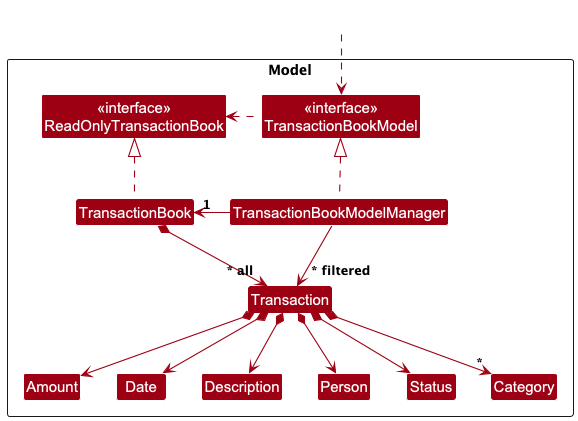
The PlantUML diagram docs/images/TransactionModelClassDiagram.png in nus-cs2103-AY2425S1/tp, before a commit. Its diagram source:
```plantuml
@startuml
!include style.puml
skinparam arrowThickness 1.1
skinparam arrowColor MODEL_COLOR
skinparam classBackgroundColor MODEL_COLOR

Package Model as ModelPackage <<Rectangle>>{
Class "<<interface>>\nReadOnlyTransactionBook" as ReadOnlyTransactionBook
Class "<<interface>>\nTransactionBookModel" as TransactionBookModel
Class TransactionBook
Class TransactionBookModelManager

Class Transaction
Class Amount
Class Date
Class Description
Class Person
Class Status
Class Category

Class I #FFFFFF
}

Class HiddenOutside #FFFFFF
HiddenOutside ..> TransactionBookModel

TransactionBook .up.|> ReadOnlyTransactionBook

TransactionBookModelManager .up.|> TransactionBookModel
TransactionBookModel .left.> ReadOnlyTransactionBook
TransactionBookModelManager -left-> "1" TransactionBook

TransactionBook *--> "~* all" Transaction
Transaction *--> Person
Transaction *--> Amount
Transaction *--> Description
Transaction *--> Date
Transaction *--> Status
Transaction *--> "~*" Category

TransactionBookModelManager --> "~* filtered" Transaction
@enduml
```
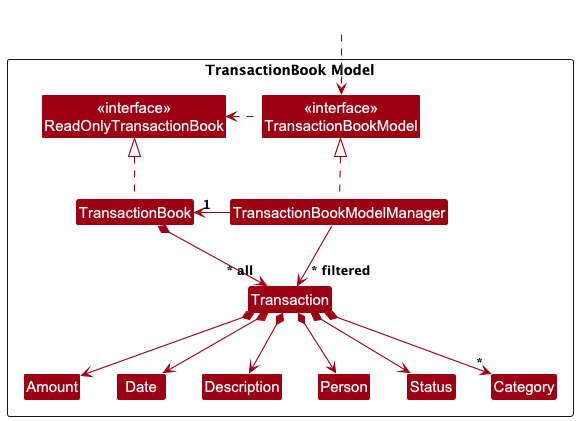
The same file after the commit.

Commit message:
Update images of AB and Txn Model CD

What changed in the source:
```diff
@@ -4,7 +4,7 @@
 skinparam arrowColor MODEL_COLOR
 skinparam classBackgroundColor MODEL_COLOR
 
-Package Model as ModelPackage <<Rectangle>>{
+Package "TransactionBook Model" as ModelPackage <<Rectangle>>{
 Class "<<interface>>\nReadOnlyTransactionBook" as ReadOnlyTransactionBook
 Class "<<interface>>\nTransactionBookModel" as TransactionBookModel
 Class TransactionBook
```
